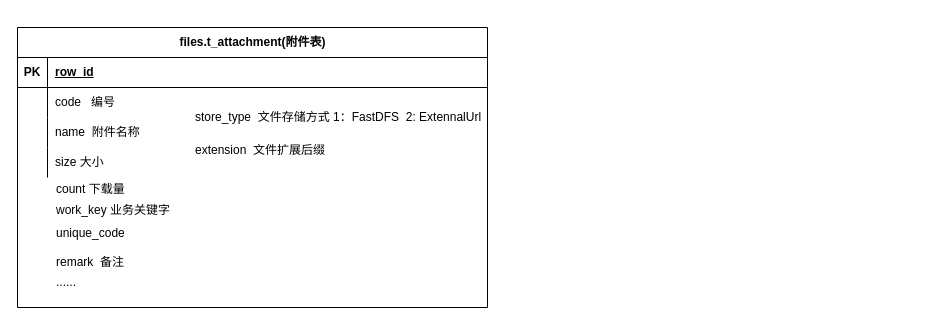
JnCaoxia/java-learn keeps this draw.io diagram as page "第 17 页" (17 of 17) of Untitled Diagram.drawio. Above is the earlier version. Source tidied: cells renumbered, new cells numbered last; positions are measured from the earlier drawing's top-left corner, leaving out a move shared by most shapes. Both pictures are drawn from the tidied source at 100%, with x=0, y=0 at pixel (17, 27).
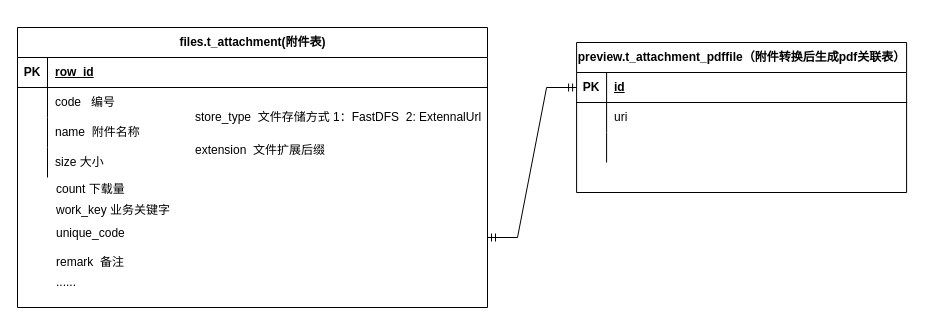
Above is the later version.

The change refers to these unchanged cells:
```xml
<mxCell id="3" value="files.t_attachment(附件表)" style="shape=table;startSize=30;childLayout=tableLayout;rowLines=0;fontStyle=1;align=center;html=1;" parent="2" vertex="1">
  <mxGeometry width="470" height="280" as="geometry" />
</mxCell>
```

The edit, as a diff of the source:
```diff
@@
+    <mxCell id="23" style="group;" parent="1" vertex="1">
+      <mxGeometry x="489.1" y="-10" width="360" height="200" as="geometry" />
+    </mxCell>
+    <mxCell id="24" value="preview.t_attachment_pdffile（附件转换后生成pdf关联表）" style="shape=table;startSize=30;childLayout=tableLayout;rowLines=0;fontStyle=1;align=center;html=1;" parent="23" vertex="1">
+      <mxGeometry x="70" y="25" width="330" height="150" as="geometry" />
+    </mxCell>
+    <mxCell id="25" style="shape=tableRow;horizontal=0;startSize=0;swimlaneHead=0;swimlaneBody=0;fillColor=none;points=[[0,0.5],[1,0.5]];portConstraint=eastwest;top=0;left=0;right=0;bottom=1;" parent="24" vertex="1">
+      <mxGeometry y="30" width="330" height="30" as="geometry" />
+    </mxCell>
+    <mxCell id="26" value="PK" style="shape=partialRectangle;fillColor=none;top=0;left=0;bottom=0;right=0;fontStyle=1;overflow=hidden;whiteSpace=wrap;html=1;" parent="25" vertex="1">
+      <mxGeometry width="30" height="30" as="geometry" />
+    </mxCell>
+    <mxCell id="27" value="id" style="shape=partialRectangle;fillColor=none;top=0;left=0;bottom=0;right=0;align=left;spacingLeft=6;fontStyle=5;overflow=hidden;whiteSpace=wrap;html=1;" parent="25" vertex="1">
+      <mxGeometry x="30" width="300" height="30" as="geometry" />
+    </mxCell>
+    <mxCell id="28" style="shape=tableRow;horizontal=0;startSize=0;swimlaneHead=0;swimlaneBody=0;fillColor=none;top=0;left=0;right=0;bottom=0;" parent="24" vertex="1">
+      <mxGeometry y="60" width="330" height="30" as="geometry" />
+    </mxCell>
+    <mxCell id="29" style="shape=partialRectangle;fillColor=none;top=0;left=0;bottom=0;right=0;overflow=hidden;whiteSpace=wrap;html=1;" parent="28" vertex="1">
+      <mxGeometry width="30" height="30" as="geometry" />
+    </mxCell>
+    <mxCell id="30" value="uri" style="shape=partialRectangle;fillColor=none;top=0;left=0;bottom=0;right=0;align=left;spacingLeft=6;overflow=hidden;whiteSpace=wrap;html=1;" parent="28" vertex="1">
+      <mxGeometry x="30" width="300" height="30" as="geometry" />
+    </mxCell>
+    <mxCell id="31" style="shape=tableRow;horizontal=0;startSize=0;swimlaneHead=0;swimlaneBody=0;fillColor=none;top=0;left=0;right=0;bottom=0;" parent="24" vertex="1">
+      <mxGeometry y="90" width="330" height="30" as="geometry" />
+    </mxCell>
+    <mxCell id="32" style="shape=partialRectangle;fillColor=none;top=0;left=0;bottom=0;right=0;overflow=hidden;whiteSpace=wrap;html=1;" parent="31" vertex="1">
+      <mxGeometry width="30" height="30" as="geometry" />
+    </mxCell>
+    <mxCell id="33" style="shape=partialRectangle;fillColor=none;top=0;left=0;bottom=0;right=0;align=left;spacingLeft=6;overflow=hidden;whiteSpace=wrap;html=1;" parent="31" vertex="1">
+      <mxGeometry x="30" width="300" height="30" as="geometry" />
+    </mxCell>
+    <mxCell id="34" style="edgeStyle=entityRelationEdgeStyle;fontSize=12;html=1;endArrow=ERmandOne;startArrow=ERmandOne;rounded=0;exitX=1;exitY=0.75;exitDx=0;exitDy=0;entryX=0;entryY=0.5;entryDx=0;entryDy=0;" parent="1" edge="1" source="3" target="25">
+      <mxGeometry relative="1" as="geometry" />
+    </mxCell>
```
